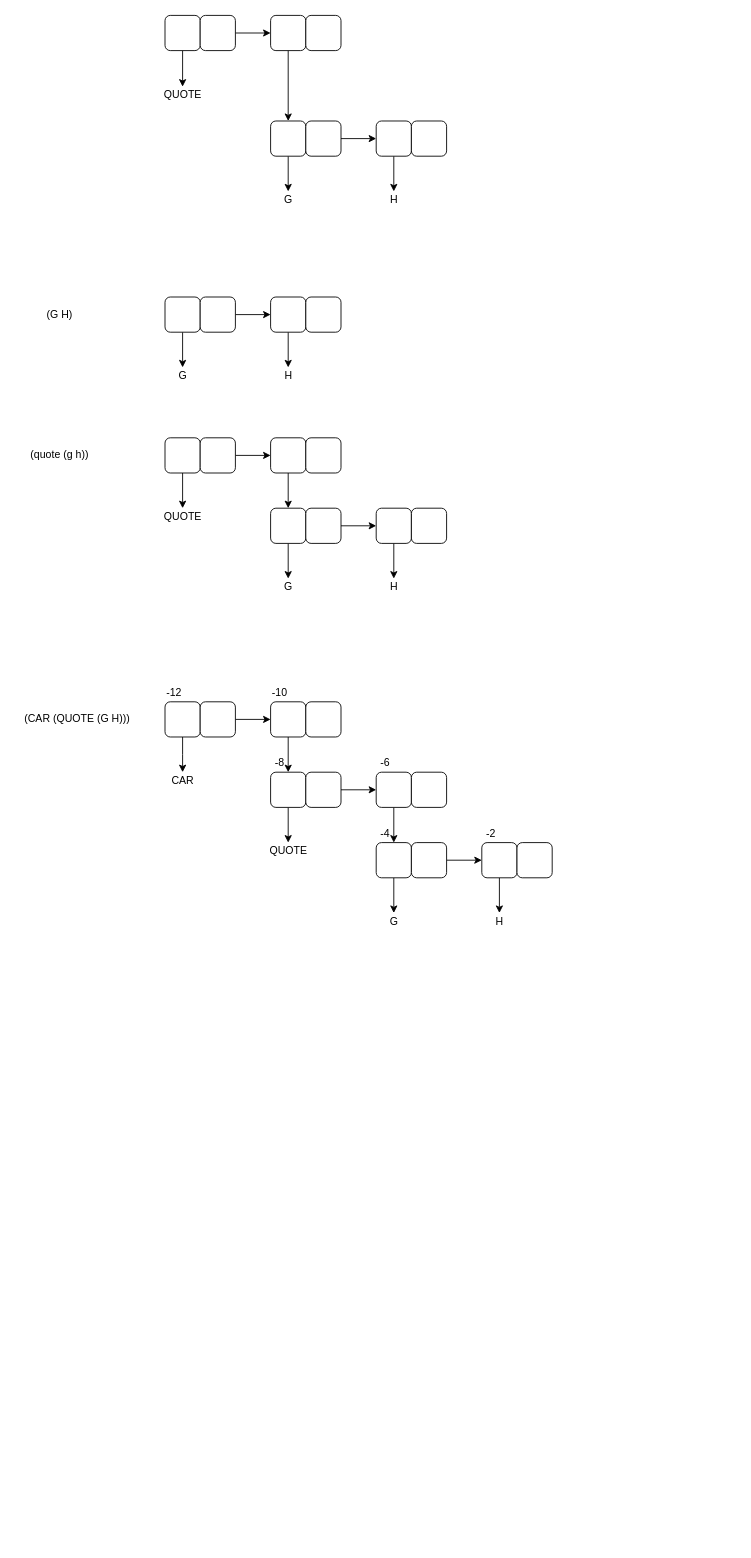
This is exampl2.drawio from guitarvydas/cl-sector-lisp, a draw.io file, before an edit. Source tidied: cells renumbered, new cells numbered last; positions are measured from the earlier drawing's top-left corner, leaving out a move shared by most shapes. Both pictures are drawn from the tidied source at 88%, with x=0, y=0 at pixel (15, 15).
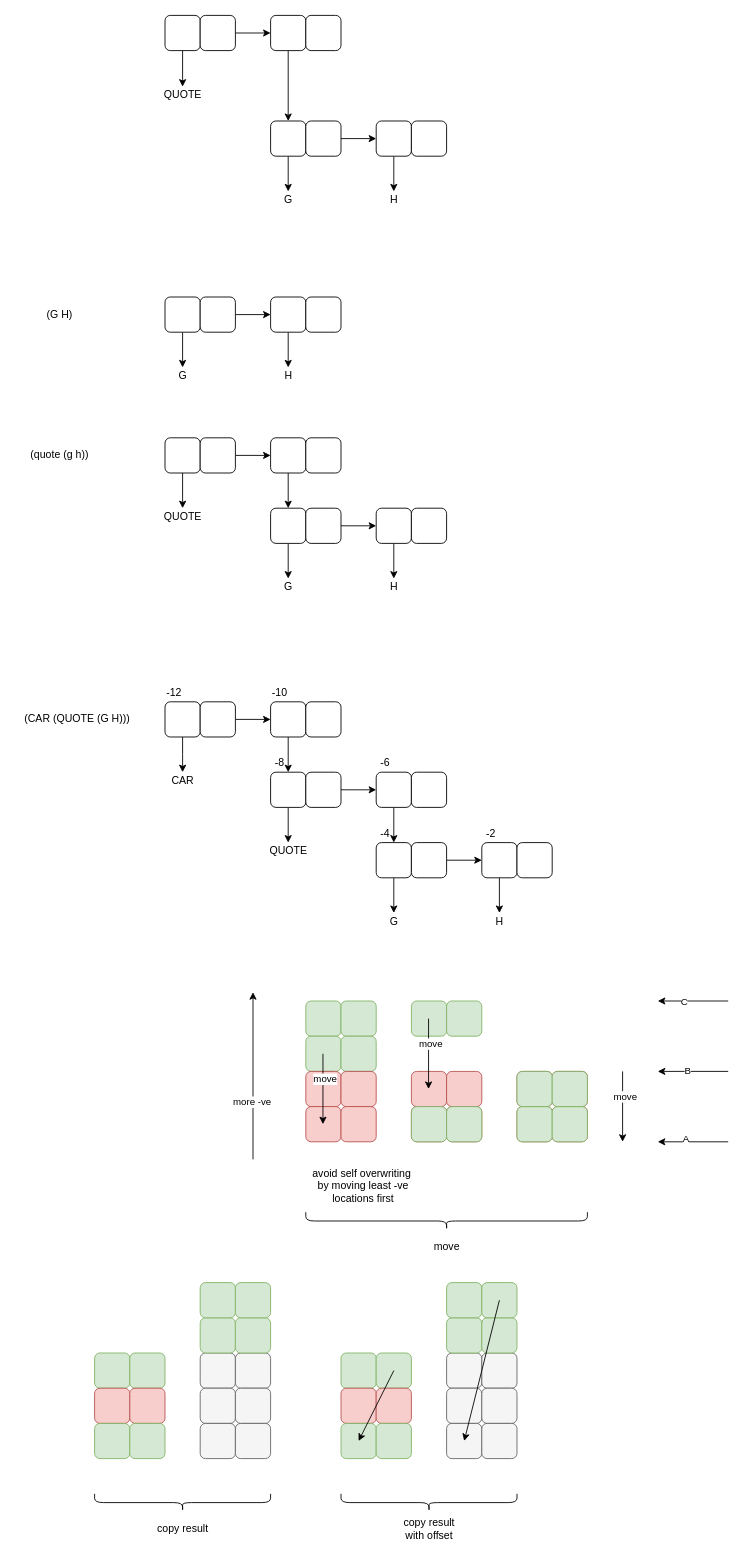
The same page after the edit.

The edit, as a diff of the source:
```diff
@@
+    <mxCell id="79" style="rounded=1;whiteSpace=wrap;html=1;fillColor=#d5e8d4;strokeColor=#82b366;" parent="1" vertex="1">
+      <mxGeometry x="330" y="1120" width="40" height="40" as="geometry" />
+    </mxCell>
+    <mxCell id="80" style="rounded=1;whiteSpace=wrap;html=1;fillColor=#d5e8d4;strokeColor=#82b366;" parent="1" vertex="1">
+      <mxGeometry x="370" y="1120" width="40" height="40" as="geometry" />
+    </mxCell>
+    <mxCell id="81" style="rounded=1;whiteSpace=wrap;html=1;fillColor=#d5e8d4;strokeColor=#82b366;" parent="1" vertex="1">
+      <mxGeometry x="330" y="1160" width="40" height="40" as="geometry" />
+    </mxCell>
+    <mxCell id="82" style="rounded=1;whiteSpace=wrap;html=1;fillColor=#d5e8d4;strokeColor=#82b366;" parent="1" vertex="1">
+      <mxGeometry x="370" y="1160" width="40" height="40" as="geometry" />
+    </mxCell>
+    <mxCell id="83" style="rounded=1;whiteSpace=wrap;html=1;fillColor=#f8cecc;strokeColor=#b85450;" parent="1" vertex="1">
+      <mxGeometry x="330" y="1200" width="40" height="40" as="geometry" />
+    </mxCell>
+    <mxCell id="84" style="rounded=1;whiteSpace=wrap;html=1;fillColor=#f8cecc;strokeColor=#b85450;" parent="1" vertex="1">
+      <mxGeometry x="370" y="1200" width="40" height="40" as="geometry" />
+    </mxCell>
+    <mxCell id="85" style="rounded=1;whiteSpace=wrap;html=1;fillColor=#f8cecc;strokeColor=#b85450;" parent="1" vertex="1">
+      <mxGeometry x="330" y="1240" width="40" height="40" as="geometry" />
+    </mxCell>
+    <mxCell id="86" style="rounded=1;whiteSpace=wrap;html=1;fillColor=#f8cecc;strokeColor=#b85450;" parent="1" vertex="1">
+      <mxGeometry x="370" y="1240" width="40" height="40" as="geometry" />
+    </mxCell>
+    <mxCell id="87" style="endArrow=classic;html=1;" parent="1" edge="1">
+      <mxGeometry relative="1" as="geometry">
+        <mxPoint x="270" y="1300" as="sourcePoint" />
+        <mxPoint x="270" y="1110" as="targetPoint" />
+      </mxGeometry>
+    </mxCell>
+    <mxCell id="88" value="more -ve" style="edgeLabel;html=1;align=center;verticalAlign=middle;" parent="87" vertex="1">
+      <mxGeometry x="-0.31" y="2" relative="1" as="geometry" />
+    </mxCell>
+    <mxCell id="89" style="rounded=1;whiteSpace=wrap;html=1;fillColor=#d5e8d4;strokeColor=#82b366;" parent="1" vertex="1">
+      <mxGeometry x="450" y="1120" width="40" height="40" as="geometry" />
+    </mxCell>
+    <mxCell id="90" style="rounded=1;whiteSpace=wrap;html=1;fillColor=#d5e8d4;strokeColor=#82b366;" parent="1" vertex="1">
+      <mxGeometry x="490" y="1120" width="40" height="40" as="geometry" />
+    </mxCell>
+    <mxCell id="91" style="rounded=1;whiteSpace=wrap;html=1;fillColor=#f8cecc;strokeColor=#b85450;" parent="1" vertex="1">
+      <mxGeometry x="450" y="1200" width="40" height="40" as="geometry" />
+    </mxCell>
+    <mxCell id="92" style="rounded=1;whiteSpace=wrap;html=1;fillColor=#f8cecc;strokeColor=#b85450;" parent="1" vertex="1">
+      <mxGeometry x="490" y="1200" width="40" height="40" as="geometry" />
+    </mxCell>
+    <mxCell id="93" style="rounded=1;whiteSpace=wrap;html=1;fillColor=#f8cecc;strokeColor=#b85450;" parent="1" vertex="1">
+      <mxGeometry x="450" y="1240" width="40" height="40" as="geometry" />
+    </mxCell>
+    <mxCell id="94" style="rounded=1;whiteSpace=wrap;html=1;fillColor=#f8cecc;strokeColor=#b85450;" parent="1" vertex="1">
+      <mxGeometry x="490" y="1240" width="40" height="40" as="geometry" />
+    </mxCell>
+    <mxCell id="95" style="rounded=1;whiteSpace=wrap;html=1;fillColor=#d5e8d4;strokeColor=#82b366;" parent="1" vertex="1">
+      <mxGeometry x="450" y="1240" width="40" height="40" as="geometry" />
+    </mxCell>
+    <mxCell id="96" style="rounded=1;whiteSpace=wrap;html=1;fillColor=#d5e8d4;strokeColor=#82b366;" parent="1" vertex="1">
+      <mxGeometry x="490" y="1240" width="40" height="40" as="geometry" />
+    </mxCell>
+    <mxCell id="97" style="rounded=1;whiteSpace=wrap;html=1;fillColor=#f8cecc;strokeColor=#b85450;" parent="1" vertex="1">
+      <mxGeometry x="570" y="1200" width="40" height="40" as="geometry" />
+    </mxCell>
+    <mxCell id="98" style="rounded=1;whiteSpace=wrap;html=1;fillColor=#f8cecc;strokeColor=#b85450;" parent="1" vertex="1">
+      <mxGeometry x="610" y="1200" width="40" height="40" as="geometry" />
+    </mxCell>
+    <mxCell id="99" style="rounded=1;whiteSpace=wrap;html=1;fillColor=#f8cecc;strokeColor=#b85450;" parent="1" vertex="1">
+      <mxGeometry x="570" y="1240" width="40" height="40" as="geometry" />
+    </mxCell>
+    <mxCell id="100" style="rounded=1;whiteSpace=wrap;html=1;fillColor=#f8cecc;strokeColor=#b85450;" parent="1" vertex="1">
+      <mxGeometry x="610" y="1240" width="40" height="40" as="geometry" />
+    </mxCell>
+    <mxCell id="101" style="rounded=1;whiteSpace=wrap;html=1;fillColor=#d5e8d4;strokeColor=#82b366;" parent="1" vertex="1">
+      <mxGeometry x="570" y="1240" width="40" height="40" as="geometry" />
+    </mxCell>
+    <mxCell id="102" style="rounded=1;whiteSpace=wrap;html=1;fillColor=#d5e8d4;strokeColor=#82b366;" parent="1" vertex="1">
+      <mxGeometry x="610" y="1240" width="40" height="40" as="geometry" />
+    </mxCell>
+    <mxCell id="103" style="rounded=1;whiteSpace=wrap;html=1;fillColor=#d5e8d4;strokeColor=#82b366;" parent="1" vertex="1">
+      <mxGeometry x="570" y="1200" width="40" height="40" as="geometry" />
+    </mxCell>
+    <mxCell id="104" style="rounded=1;whiteSpace=wrap;html=1;fillColor=#d5e8d4;strokeColor=#82b366;" parent="1" vertex="1">
+      <mxGeometry x="610" y="1200" width="40" height="40" as="geometry" />
+    </mxCell>
+    <mxCell id="105" style="endArrow=classic;html=1;" parent="1" edge="1">
+      <mxGeometry relative="1" as="geometry">
+        <mxPoint x="690" y="1200" as="sourcePoint" />
+        <mxPoint x="690" y="1280" as="targetPoint" />
+      </mxGeometry>
+    </mxCell>
+    <mxCell id="106" value="move" style="edgeLabel;html=1;align=center;verticalAlign=middle;" parent="105" vertex="1">
+      <mxGeometry x="-0.31" y="2" relative="1" as="geometry" />
+    </mxCell>
+    <mxCell id="107" style="endArrow=classic;html=1;" parent="1" edge="1">
+      <mxGeometry relative="1" as="geometry">
+        <mxPoint x="349.5" y="1180" as="sourcePoint" />
+        <mxPoint x="349.5" y="1260" as="targetPoint" />
+      </mxGeometry>
+    </mxCell>
+    <mxCell id="108" value="move" style="edgeLabel;html=1;align=center;verticalAlign=middle;" parent="107" vertex="1">
+      <mxGeometry x="-0.31" y="2" relative="1" as="geometry" />
+    </mxCell>
+    <mxCell id="109" style="endArrow=classic;html=1;" parent="1" edge="1">
+      <mxGeometry relative="1" as="geometry">
+        <mxPoint x="469.5" y="1140" as="sourcePoint" />
+        <mxPoint x="469.5" y="1220" as="targetPoint" />
+      </mxGeometry>
+    </mxCell>
+    <mxCell id="110" value="move" style="edgeLabel;html=1;align=center;verticalAlign=middle;" parent="109" vertex="1">
+      <mxGeometry x="-0.31" y="2" relative="1" as="geometry" />
+    </mxCell>
+    <mxCell id="111" value="avoid self overwriting&amp;nbsp;&lt;br&gt;by moving least -ve&lt;br&gt;locations first" style="text;html=1;align=center;verticalAlign=middle;strokeColor=none;" parent="1" vertex="1">
+      <mxGeometry x="330" y="1305" width="130" height="50" as="geometry" />
+    </mxCell>
+    <mxCell id="112" style="endArrow=classic;html=1;" parent="1" edge="1">
+      <mxGeometry relative="1" as="geometry">
+        <mxPoint x="810" y="1280" as="sourcePoint" />
+        <mxPoint x="730" y="1280" as="targetPoint" />
+      </mxGeometry>
+    </mxCell>
+    <mxCell id="113" value="A" style="edgeLabel;html=1;align=center;verticalAlign=middle;" parent="112" vertex="1">
+      <mxGeometry x="0.23" y="-4" relative="1" as="geometry" />
+    </mxCell>
+    <mxCell id="114" style="endArrow=classic;html=1;" parent="1" edge="1">
+      <mxGeometry relative="1" as="geometry">
+        <mxPoint x="810" y="1200" as="sourcePoint" />
+        <mxPoint x="730" y="1200" as="targetPoint" />
+      </mxGeometry>
+    </mxCell>
+    <mxCell id="115" value="B" style="edgeLabel;html=1;align=center;verticalAlign=middle;" parent="114" vertex="1">
+      <mxGeometry x="0.17" y="-1" relative="1" as="geometry" />
+    </mxCell>
+    <mxCell id="116" style="endArrow=classic;html=1;" parent="1" edge="1">
+      <mxGeometry relative="1" as="geometry">
+        <mxPoint x="810" y="1120" as="sourcePoint" />
+        <mxPoint x="730" y="1120" as="targetPoint" />
+      </mxGeometry>
+    </mxCell>
+    <mxCell id="117" value="C" style="edgeLabel;html=1;align=center;verticalAlign=middle;" parent="116" vertex="1">
+      <mxGeometry x="0.28" relative="1" as="geometry" />
+    </mxCell>
+    <mxCell id="118" style="shape=curlyBracket;whiteSpace=wrap;html=1;rounded=1;rotation=-90;" parent="1" vertex="1">
+      <mxGeometry x="480" y="1210" width="20" height="320" as="geometry" />
+    </mxCell>
+    <mxCell id="119" value="move" style="text;html=1;align=center;verticalAlign=middle;strokeColor=none;" parent="1" vertex="1">
+      <mxGeometry x="470" y="1390" width="40" height="20" as="geometry" />
+    </mxCell>
+    <mxCell id="120" style="rounded=1;whiteSpace=wrap;html=1;fillColor=#d5e8d4;strokeColor=#82b366;" parent="1" vertex="1">
+      <mxGeometry x="90" y="1520" width="40" height="40" as="geometry" />
+    </mxCell>
+    <mxCell id="121" style="rounded=1;whiteSpace=wrap;html=1;fillColor=#d5e8d4;strokeColor=#82b366;" parent="1" vertex="1">
+      <mxGeometry x="130" y="1520" width="40" height="40" as="geometry" />
+    </mxCell>
+    <mxCell id="122" style="rounded=1;whiteSpace=wrap;html=1;fillColor=#f8cecc;strokeColor=#b85450;" parent="1" vertex="1">
+      <mxGeometry x="90" y="1560" width="40" height="40" as="geometry" />
+    </mxCell>
+    <mxCell id="123" style="rounded=1;whiteSpace=wrap;html=1;fillColor=#f8cecc;strokeColor=#b85450;" parent="1" vertex="1">
+      <mxGeometry x="130" y="1560" width="40" height="40" as="geometry" />
+    </mxCell>
+    <mxCell id="124" style="rounded=1;whiteSpace=wrap;html=1;fillColor=#d5e8d4;strokeColor=#82b366;" parent="1" vertex="1">
+      <mxGeometry x="90" y="1600" width="40" height="40" as="geometry" />
+    </mxCell>
+    <mxCell id="125" style="rounded=1;whiteSpace=wrap;html=1;fillColor=#d5e8d4;strokeColor=#82b366;" parent="1" vertex="1">
+      <mxGeometry x="130" y="1600" width="40" height="40" as="geometry" />
+    </mxCell>
+    <mxCell id="126" style="rounded=1;whiteSpace=wrap;html=1;fillColor=#f5f5f5;strokeColor=#666666;fontColor=#333333;" parent="1" vertex="1">
+      <mxGeometry x="210" y="1520" width="40" height="40" as="geometry" />
+    </mxCell>
+    <mxCell id="127" style="rounded=1;whiteSpace=wrap;html=1;fillColor=#f5f5f5;strokeColor=#666666;fontColor=#333333;" parent="1" vertex="1">
+      <mxGeometry x="250" y="1520" width="40" height="40" as="geometry" />
+    </mxCell>
+    <mxCell id="128" style="rounded=1;whiteSpace=wrap;html=1;fillColor=#f5f5f5;strokeColor=#666666;fontColor=#333333;" parent="1" vertex="1">
+      <mxGeometry x="210" y="1560" width="40" height="40" as="geometry" />
+    </mxCell>
+    <mxCell id="129" style="rounded=1;whiteSpace=wrap;html=1;fillColor=#f5f5f5;strokeColor=#666666;fontColor=#333333;" parent="1" vertex="1">
+      <mxGeometry x="250" y="1560" width="40" height="40" as="geometry" />
+    </mxCell>
+    <mxCell id="130" style="rounded=1;whiteSpace=wrap;html=1;fillColor=#f5f5f5;strokeColor=#666666;fontColor=#333333;" parent="1" vertex="1">
+      <mxGeometry x="210" y="1600" width="40" height="40" as="geometry" />
+    </mxCell>
+    <mxCell id="131" style="rounded=1;whiteSpace=wrap;html=1;fillColor=#f5f5f5;strokeColor=#666666;fontColor=#333333;" parent="1" vertex="1">
+      <mxGeometry x="250" y="1600" width="40" height="40" as="geometry" />
+    </mxCell>
+    <mxCell id="132" style="rounded=1;whiteSpace=wrap;html=1;fillColor=#d5e8d4;strokeColor=#82b366;" parent="1" vertex="1">
+      <mxGeometry x="210" y="1480" width="40" height="40" as="geometry" />
+    </mxCell>
+    <mxCell id="133" style="rounded=1;whiteSpace=wrap;html=1;fillColor=#d5e8d4;strokeColor=#82b366;" parent="1" vertex="1">
+      <mxGeometry x="250" y="1480" width="40" height="40" as="geometry" />
+    </mxCell>
+    <mxCell id="134" style="rounded=1;whiteSpace=wrap;html=1;fillColor=#d5e8d4;strokeColor=#82b366;" parent="1" vertex="1">
+      <mxGeometry x="210" y="1440" width="40" height="40" as="geometry" />
+    </mxCell>
+    <mxCell id="135" style="rounded=1;whiteSpace=wrap;html=1;fillColor=#d5e8d4;strokeColor=#82b366;" parent="1" vertex="1">
+      <mxGeometry x="250" y="1440" width="40" height="40" as="geometry" />
+    </mxCell>
+    <mxCell id="136" style="shape=curlyBracket;whiteSpace=wrap;html=1;rounded=1;rotation=-90;" parent="1" vertex="1">
+      <mxGeometry x="180" y="1590" width="20" height="200" as="geometry" />
+    </mxCell>
+    <mxCell id="137" value="copy result" style="text;html=1;align=center;verticalAlign=middle;strokeColor=none;" parent="1" vertex="1">
+      <mxGeometry x="155" y="1710" width="70" height="20" as="geometry" />
+    </mxCell>
+    <mxCell id="138" style="rounded=1;whiteSpace=wrap;html=1;fillColor=#d5e8d4;strokeColor=#82b366;" parent="1" vertex="1">
+      <mxGeometry x="370" y="1520" width="40" height="40" as="geometry" />
+    </mxCell>
+    <mxCell id="139" style="rounded=1;whiteSpace=wrap;html=1;fillColor=#d5e8d4;strokeColor=#82b366;" parent="1" vertex="1">
+      <mxGeometry x="410" y="1520" width="40" height="40" as="geometry" />
+    </mxCell>
+    <mxCell id="140" style="rounded=1;whiteSpace=wrap;html=1;fillColor=#f8cecc;strokeColor=#b85450;" parent="1" vertex="1">
+      <mxGeometry x="370" y="1560" width="40" height="40" as="geometry" />
+    </mxCell>
+    <mxCell id="141" style="rounded=1;whiteSpace=wrap;html=1;fillColor=#f8cecc;strokeColor=#b85450;" parent="1" vertex="1">
+      <mxGeometry x="410" y="1560" width="40" height="40" as="geometry" />
+    </mxCell>
+    <mxCell id="142" style="rounded=1;whiteSpace=wrap;html=1;fillColor=#d5e8d4;strokeColor=#82b366;" parent="1" vertex="1">
+      <mxGeometry x="370" y="1600" width="40" height="40" as="geometry" />
+    </mxCell>
+    <mxCell id="143" style="rounded=1;whiteSpace=wrap;html=1;fillColor=#d5e8d4;strokeColor=#82b366;" parent="1" vertex="1">
+      <mxGeometry x="410" y="1600" width="40" height="40" as="geometry" />
+    </mxCell>
+    <mxCell id="144" style="rounded=1;whiteSpace=wrap;html=1;fillColor=#f5f5f5;strokeColor=#666666;fontColor=#333333;" parent="1" vertex="1">
+      <mxGeometry x="490" y="1520" width="40" height="40" as="geometry" />
+    </mxCell>
+    <mxCell id="145" style="rounded=1;whiteSpace=wrap;html=1;fillColor=#f5f5f5;strokeColor=#666666;fontColor=#333333;" parent="1" vertex="1">
+      <mxGeometry x="530" y="1520" width="40" height="40" as="geometry" />
+    </mxCell>
+    <mxCell id="146" style="rounded=1;whiteSpace=wrap;html=1;fillColor=#f5f5f5;strokeColor=#666666;fontColor=#333333;" parent="1" vertex="1">
+      <mxGeometry x="490" y="1560" width="40" height="40" as="geometry" />
+    </mxCell>
+    <mxCell id="147" style="rounded=1;whiteSpace=wrap;html=1;fillColor=#f5f5f5;strokeColor=#666666;fontColor=#333333;" parent="1" vertex="1">
+      <mxGeometry x="530" y="1560" width="40" height="40" as="geometry" />
+    </mxCell>
+    <mxCell id="148" style="rounded=1;whiteSpace=wrap;html=1;fillColor=#f5f5f5;strokeColor=#666666;fontColor=#333333;" parent="1" vertex="1">
+      <mxGeometry x="490" y="1600" width="40" height="40" as="geometry" />
+    </mxCell>
+    <mxCell id="149" style="rounded=1;whiteSpace=wrap;html=1;fillColor=#f5f5f5;strokeColor=#666666;fontColor=#333333;" parent="1" vertex="1">
+      <mxGeometry x="530" y="1600" width="40" height="40" as="geometry" />
+    </mxCell>
+    <mxCell id="150" style="rounded=1;whiteSpace=wrap;html=1;fillColor=#d5e8d4;strokeColor=#82b366;" parent="1" vertex="1">
+      <mxGeometry x="490" y="1480" width="40" height="40" as="geometry" />
+    </mxCell>
+    <mxCell id="151" style="rounded=1;whiteSpace=wrap;html=1;fillColor=#d5e8d4;strokeColor=#82b366;" parent="1" vertex="1">
+      <mxGeometry x="530" y="1480" width="40" height="40" as="geometry" />
+    </mxCell>
+    <mxCell id="152" style="rounded=1;whiteSpace=wrap;html=1;fillColor=#d5e8d4;strokeColor=#82b366;" parent="1" vertex="1">
+      <mxGeometry x="490" y="1440" width="40" height="40" as="geometry" />
+    </mxCell>
+    <mxCell id="153" style="rounded=1;whiteSpace=wrap;html=1;fillColor=#d5e8d4;strokeColor=#82b366;" parent="1" vertex="1">
+      <mxGeometry x="530" y="1440" width="40" height="40" as="geometry" />
+    </mxCell>
+    <mxCell id="154" style="shape=curlyBracket;whiteSpace=wrap;html=1;rounded=1;rotation=-90;" parent="1" vertex="1">
+      <mxGeometry x="460" y="1590" width="20" height="200" as="geometry" />
+    </mxCell>
+    <mxCell id="155" value="copy result&lt;br&gt;with offset" style="text;html=1;align=center;verticalAlign=middle;strokeColor=none;" parent="1" vertex="1">
+      <mxGeometry x="435" y="1705" width="70" height="30" as="geometry" />
+    </mxCell>
+    <mxCell id="156" style="endArrow=classic;html=1;entryX=0.5;entryY=0.5;entryDx=0;entryDy=0;entryPerimeter=0;" parent="1" edge="1" target="142">
+      <mxGeometry relative="1" as="geometry">
+        <mxPoint x="430" y="1540" as="sourcePoint" />
+      </mxGeometry>
+    </mxCell>
+    <mxCell id="157" style="endArrow=classic;html=1;" parent="1" edge="1">
+      <mxGeometry relative="1" as="geometry">
+        <mxPoint x="550" y="1460" as="sourcePoint" />
+        <mxPoint x="510" y="1620" as="targetPoint" />
+      </mxGeometry>
+    </mxCell>
```
